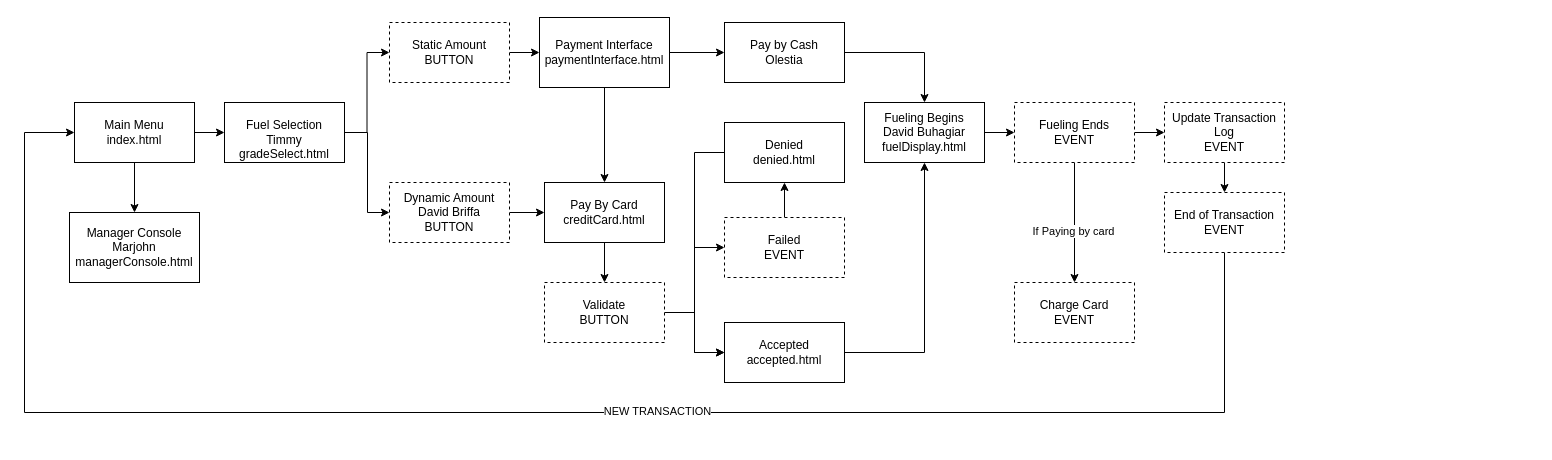
David-Briffa/CIS2207-Assignment keeps this draw.io diagram as GasStation.drawio. Above is the earlier version. Source tidied: cells renumbered, new cells numbered last; positions are measured from the earlier drawing's top-left corner, leaving out a move shared by most shapes. Both pictures are drawn from the tidied source at 100%, with x=0, y=0 at pixel (24, 17).
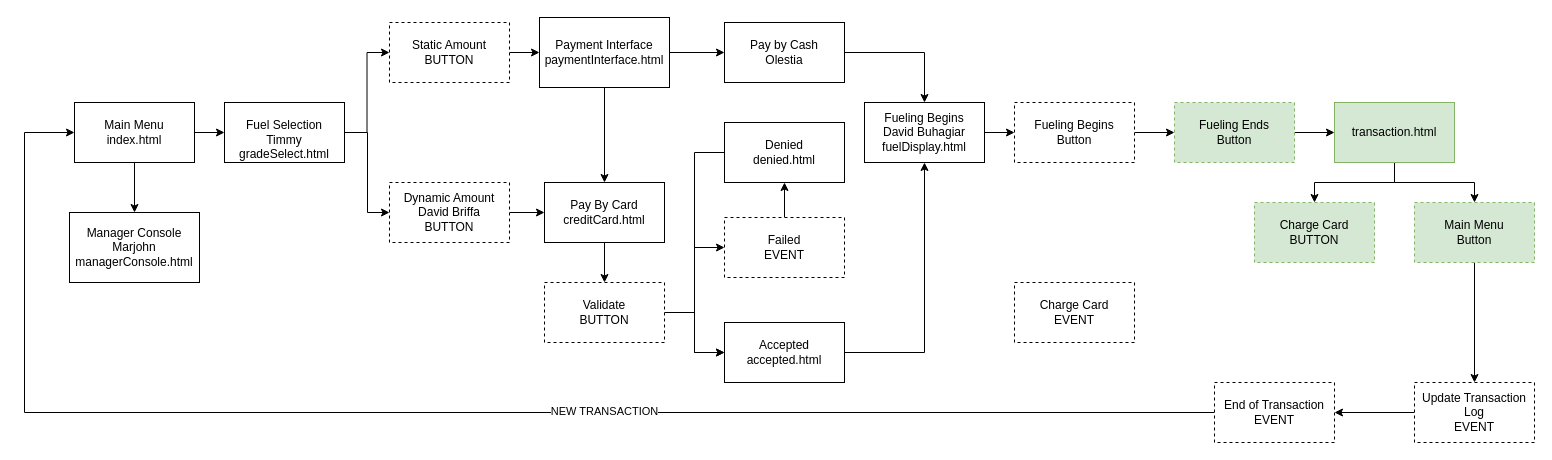
The same diagram, later.

Commit message:
Added missing page

missing page and buttons are marked in green

The change refers to these unchanged cells:
```xml
<mxCell id="2" value="&lt;div&gt;Charge Card&lt;/div&gt;&lt;div&gt;EVENT&lt;br&gt;&lt;/div&gt;" style="rounded=0;whiteSpace=wrap;html=1;dashed=1;" parent="1" vertex="1">
  <mxGeometry x="990" y="265" width="120" height="60" as="geometry" />
</mxCell>
<mxCell id="37" value="&lt;div&gt;Main Menu&lt;/div&gt;&lt;div&gt;index.html&lt;br&gt;&lt;/div&gt;" style="rounded=0;whiteSpace=wrap;html=1;" parent="1" vertex="1">
  <mxGeometry x="50" y="85" width="120" height="60" as="geometry" />
</mxCell>
```

Change to the diagram source:
```diff
@@
-    <mxCell id="3" style="edgeStyle=orthogonalEdgeStyle;rounded=0;jettySize=auto;html=1;exitX=0.5;exitY=1;exitDx=0;exitDy=0;entryX=0.5;entryY=0;entryDx=0;entryDy=0;" parent="1" edge="1" source="6" target="2">
+    <mxCell id="3" style="edgeStyle=orthogonalEdgeStyle;rounded=0;jettySize=auto;html=1;exitX=1;exitY=0.5;exitDx=0;exitDy=0;entryX=0;entryY=0.5;entryDx=0;entryDy=0;" parent="1" edge="1" source="6" target="47">
       <mxGeometry relative="1" as="geometry" />
     </mxCell>
-    <mxCell id="4" value="If Paying by card" style="edgeLabel;html=1;align=center;verticalAlign=middle;" parent="3" vertex="1">
-      <mxGeometry x="0.14" y="-2" relative="1" as="geometry" />
-    </mxCell>
-    <mxCell id="5" style="edgeStyle=orthogonalEdgeStyle;rounded=0;jettySize=auto;html=1;exitX=1;exitY=0.5;exitDx=0;exitDy=0;entryX=0;entryY=0.5;entryDx=0;entryDy=0;" parent="1" edge="1" source="6" target="31">
+    <mxCell id="5" style="edgeStyle=orthogonalEdgeStyle;rounded=0;jettySize=auto;html=1;exitX=1;exitY=0.5;exitDx=0;exitDy=0;entryX=0;entryY=0.5;entryDx=0;entryDy=0;" parent="1" edge="1" source="47" target="43">
       <mxGeometry relative="1" as="geometry" />
     </mxCell>
-    <mxCell id="6" value="&lt;div&gt;Fueling Ends&lt;/div&gt;&lt;div&gt;EVENT&lt;br&gt;&lt;/div&gt;" style="rounded=0;whiteSpace=wrap;html=1;dashed=1;" parent="1" vertex="1">
+    <mxCell id="6" value="&lt;div&gt;Fueling Begins&lt;br&gt;&lt;/div&gt;&lt;div&gt;Button&lt;br&gt;&lt;/div&gt;" style="rounded=0;whiteSpace=wrap;html=1;dashed=1;" parent="1" vertex="1">
       <mxGeometry x="990" y="85" width="120" height="60" as="geometry" />
     </mxCell>
@@
-    <mxCell id="30" style="edgeStyle=orthogonalEdgeStyle;rounded=0;jettySize=auto;html=1;exitX=0.5;exitY=1;exitDx=0;exitDy=0;entryX=0.5;entryY=0;entryDx=0;entryDy=0;" parent="1" edge="1" source="31" target="34">
+    <mxCell id="30" style="edgeStyle=orthogonalEdgeStyle;rounded=0;jettySize=auto;html=1;exitX=0;exitY=0.5;exitDx=0;exitDy=0;entryX=1;entryY=0.5;entryDx=0;entryDy=0;" parent="1" edge="1" source="31" target="34">
       <mxGeometry relative="1" as="geometry" />
     </mxCell>
     <mxCell id="31" value="&lt;div&gt;Update Transaction Log&lt;/div&gt;&lt;div&gt;EVENT&lt;br&gt;&lt;/div&gt;" style="rounded=0;whiteSpace=wrap;html=1;dashed=1;" parent="1" vertex="1">
-      <mxGeometry x="1140" y="85" width="120" height="60" as="geometry" />
+      <mxGeometry x="1390" y="365" width="120" height="60" as="geometry" />
     </mxCell>
-    <mxCell id="32" style="edgeStyle=orthogonalEdgeStyle;rounded=0;jettySize=auto;html=1;entryX=0;entryY=0.5;entryDx=0;entryDy=0;" parent="1" edge="1" source="34" target="37">
+    <mxCell id="32" style="edgeStyle=orthogonalEdgeStyle;rounded=0;jettySize=auto;html=1;entryX=0;entryY=0.5;entryDx=0;entryDy=0;exitX=0;exitY=0.5;exitDx=0;exitDy=0;" parent="1" edge="1" source="34" target="37">
       <mxGeometry relative="1" as="geometry">
         <Array as="points">
-          <mxPoint x="1200" y="395" />
+          <mxPoint x="1190" y="395" />
           <mxPoint y="395" />
           <mxPoint y="115" />
         </Array>
       </mxGeometry>
     </mxCell>
@@
     <mxCell id="34" value="&lt;div&gt;End of Transaction&lt;/div&gt;EVENT" style="rounded=0;whiteSpace=wrap;html=1;dashed=1;" parent="1" vertex="1">
-      <mxGeometry x="1140" y="175" width="120" height="60" as="geometry" />
+      <mxGeometry x="1190" y="365" width="120" height="60" as="geometry" />
     </mxCell>
@@
+    <mxCell id="41" style="edgeStyle=orthogonalEdgeStyle;rounded=0;jettySize=auto;html=1;exitX=0.5;exitY=1;exitDx=0;exitDy=0;entryX=0.5;entryY=0;entryDx=0;entryDy=0;" parent="1" edge="1" source="43" target="44">
+      <mxGeometry relative="1" as="geometry" />
+    </mxCell>
+    <mxCell id="42" style="edgeStyle=orthogonalEdgeStyle;rounded=0;jettySize=auto;html=1;exitX=0.5;exitY=1;exitDx=0;exitDy=0;entryX=0.5;entryY=0;entryDx=0;entryDy=0;" parent="1" edge="1" source="43" target="46">
+      <mxGeometry relative="1" as="geometry" />
+    </mxCell>
+    <mxCell id="43" value="transaction.html" style="rounded=0;whiteSpace=wrap;html=1;fillColor=#d5e8d4;strokeColor=#82b366;" parent="1" vertex="1">
+      <mxGeometry x="1310" y="85" width="120" height="60" as="geometry" />
+    </mxCell>
+    <mxCell id="44" value="&lt;div&gt;Charge Card&lt;br&gt;&lt;/div&gt;BUTTON" style="rounded=0;whiteSpace=wrap;html=1;dashed=1;fillColor=#d5e8d4;strokeColor=#82b366;" parent="1" vertex="1">
+      <mxGeometry x="1230" y="185" width="120" height="60" as="geometry" />
+    </mxCell>
+    <mxCell id="45" style="edgeStyle=orthogonalEdgeStyle;rounded=0;jettySize=auto;html=1;exitX=0.5;exitY=1;exitDx=0;exitDy=0;entryX=0.5;entryY=0;entryDx=0;entryDy=0;" parent="1" edge="1" source="46" target="31">
+      <mxGeometry relative="1" as="geometry" />
+    </mxCell>
+    <mxCell id="46" value="&lt;div&gt;Main Menu&lt;br&gt;&lt;/div&gt;&lt;div&gt;Button&lt;br&gt;&lt;/div&gt;" style="rounded=0;whiteSpace=wrap;html=1;dashed=1;fillColor=#d5e8d4;strokeColor=#82b366;" parent="1" vertex="1">
+      <mxGeometry x="1390" y="185" width="120" height="60" as="geometry" />
+    </mxCell>
+    <mxCell id="47" value="&lt;div&gt;Fueling Ends&lt;/div&gt;&lt;div&gt;Button&lt;br&gt;&lt;/div&gt;" style="rounded=0;whiteSpace=wrap;html=1;dashed=1;fillColor=#d5e8d4;strokeColor=#82b366;" parent="1" vertex="1">
+      <mxGeometry x="1150" y="85" width="120" height="60" as="geometry" />
+    </mxCell>
```
